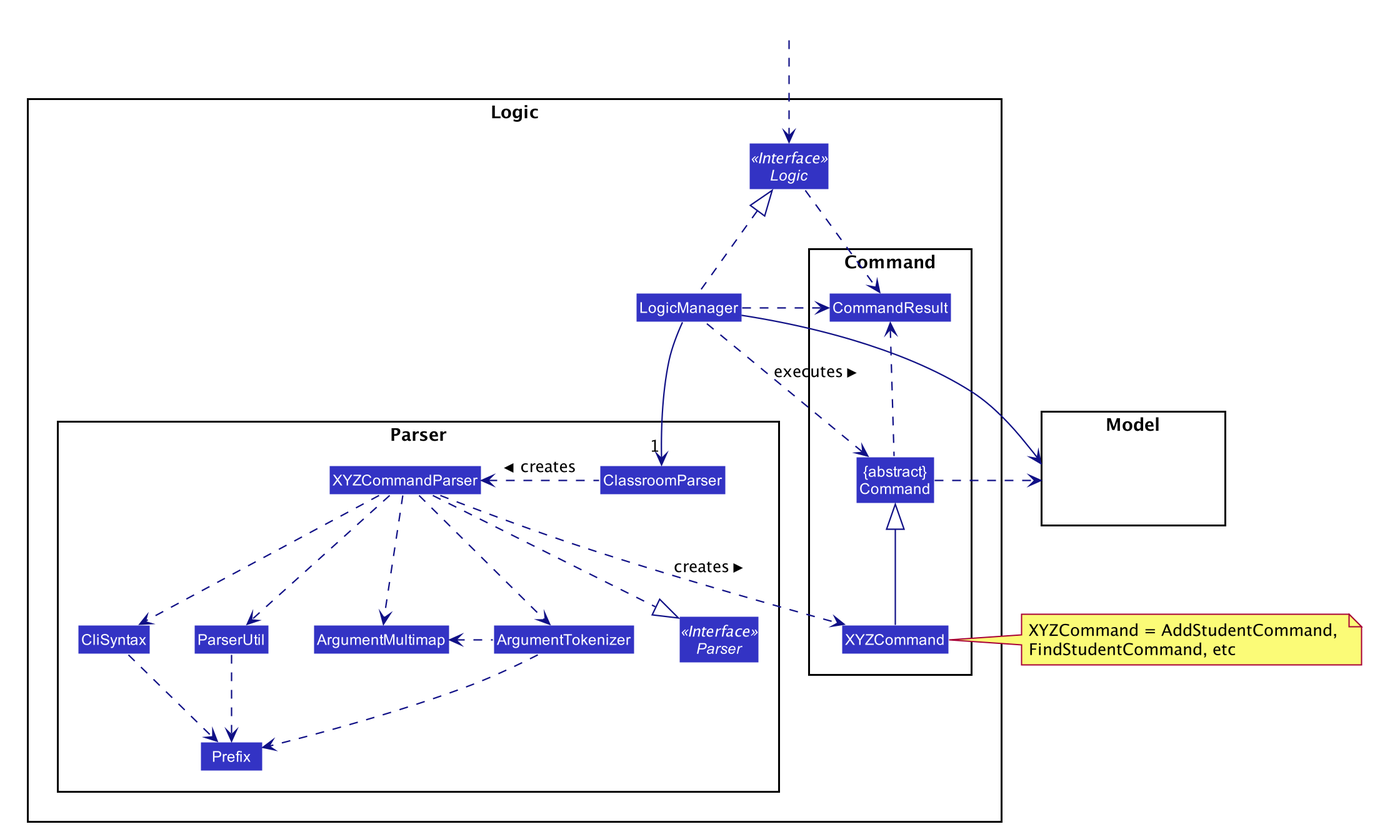
Earlier version of the PlantUML export images/LogicClassDiagram.png (AY1920S1-CS2103-T14-1/main). Its diagram source:
```plantuml
@startuml








skinparam BackgroundColor #FFFFFFF

skinparam Shadowing false

skinparam Class {
    FontColor #FFFFFF
    BorderThickness 1
    BorderColor #FFFFFF
    StereotypeFontColor #FFFFFF
    FontName Arial
}

skinparam Actor {
    BorderColor #000000
    Color #000000
    FontName Arial
}

skinparam Sequence {
    MessageAlign center
    BoxFontSize 15
    BoxPadding 0
    BoxFontColor #FFFFFF
    FontName Arial
}

skinparam Participant {
    FontColor #FFFFFFF
    Padding 20
}

skinparam MinClassWidth 50
skinparam ParticipantPadding 10
skinparam Shadowing false
skinparam DefaultTextAlignment center
skinparam packageStyle Rectangle

hide footbox
hide members
hide circle
skinparam arrowThickness 1.1
skinparam arrowColor #101086
skinparam classBackgroundColor #3333C4

package Logic {

package Parser {
Interface Parser <<Interface>>
Class ClassroomParser
Class XYZCommandParser
Class CliSyntax
Class ParserUtil
Class ArgumentMultimap
Class ArgumentTokenizer
Class Prefix
}

package Command {
Class XYZCommand
Class CommandResult
Class "{abstract}\nCommand" as Command
}

Interface Logic <<Interface>>
Class LogicManager
}

package Model{
Class HiddenModel #FFFFFF
}

Class HiddenOutside #FFFFFF
HiddenOutside ..> Logic

LogicManager .up.|> Logic
LogicManager -->"1" ClassroomParser
ClassroomParser .left.> XYZCommandParser: creates >

XYZCommandParser ..> XYZCommand : creates >
XYZCommandParser ..|> Parser
XYZCommandParser ..> ArgumentMultimap
XYZCommandParser ..> ArgumentTokenizer
ArgumentTokenizer .left.> ArgumentMultimap
XYZCommandParser ..> CliSyntax
CliSyntax ..> Prefix
XYZCommandParser ..> ParserUtil
ParserUtil .down.> Prefix
ArgumentTokenizer .down.> Prefix
XYZCommand -up-|> Command
LogicManager .left.> Command : executes >

LogicManager --> Model
Command .right.> Model
note right of XYZCommand: XYZCommand = AddStudentCommand, \nFindStudentCommand, etc

Logic ..> CommandResult
LogicManager .down.> CommandResult
Command .up.> CommandResult
CommandResult -[hidden]-> Parser
@enduml
```
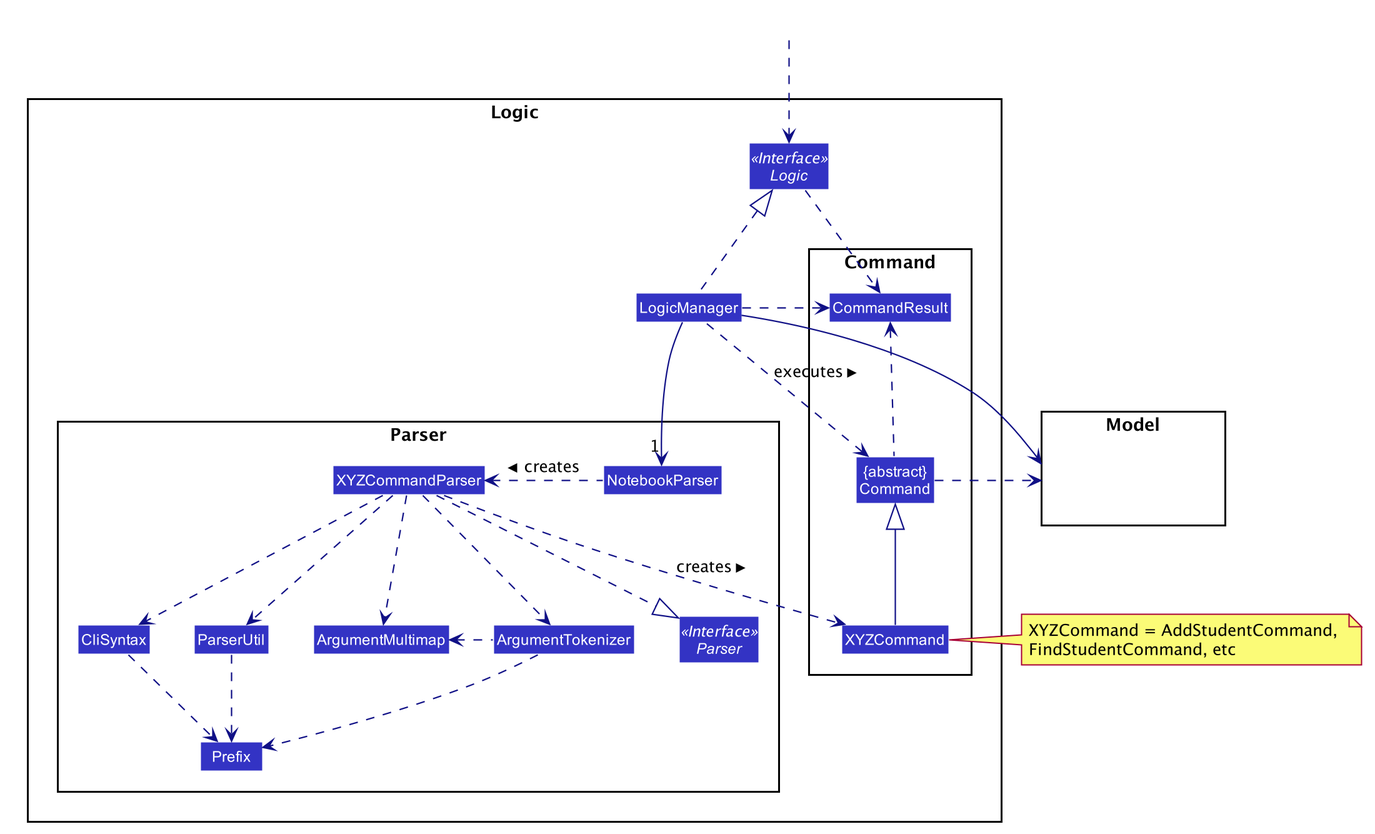
The same diagram one commit later.

What changed in the source:
```diff
@@ -55,7 +55,7 @@
 
 package Parser {
 Interface Parser <<Interface>>
-Class ClassroomParser
+Class NotebookParser
 Class XYZCommandParser
 Class CliSyntax
 Class ParserUtil
@@ -82,8 +82,8 @@
 HiddenOutside ..> Logic
 
 LogicManager .up.|> Logic
-LogicManager -->"1" ClassroomParser
-ClassroomParser .left.> XYZCommandParser: creates >
+LogicManager -->"1" NotebookParser
+NotebookParser .left.> XYZCommandParser: creates >
 
 XYZCommandParser ..> XYZCommand : creates >
 XYZCommandParser ..|> Parser
```
